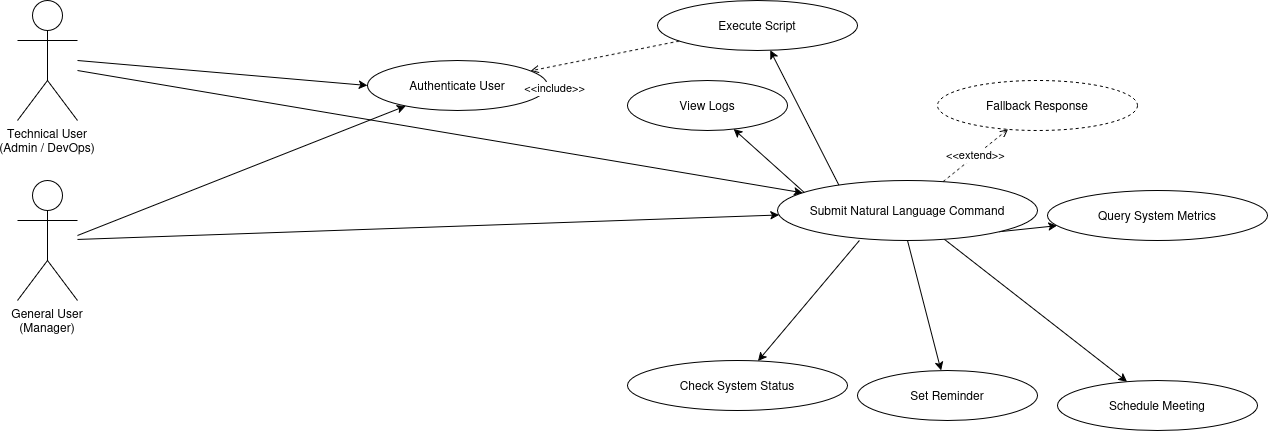
The draw.io diagram 2_UML/uml_diagram.png in iampruh887/CS331, before a commit. Source tidied: cells renumbered, new cells last; positions are measured from the earlier drawing's top-left corner, leaving out a move shared by most shapes.
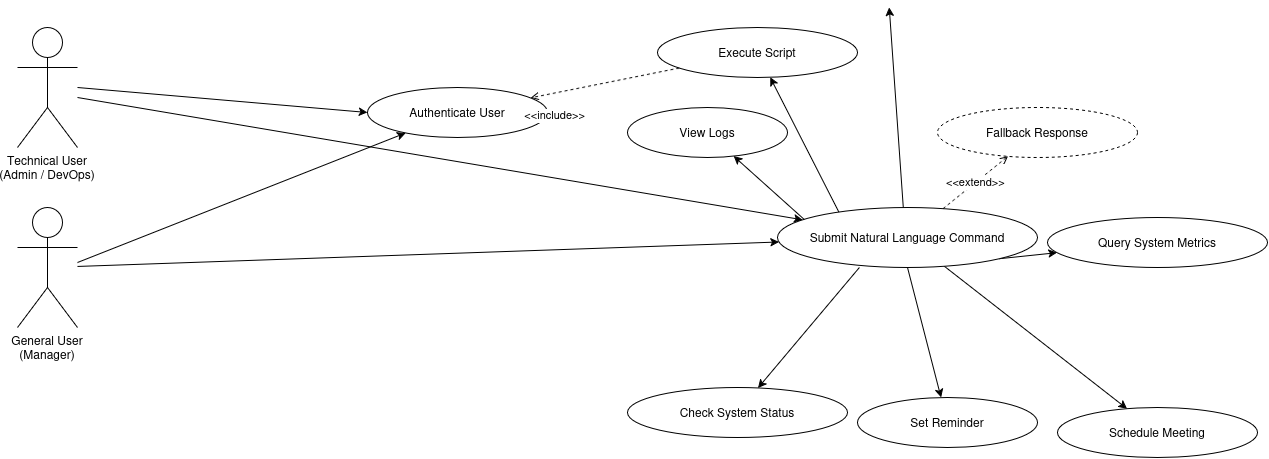
After the commit.

What changed in the source:
```diff
@@ -32,6 +32,11 @@
     <mxCell id="9" style="exitX=1;exitY=1;exitDx=0;exitDy=0;" parent="1" edge="1" source="15" target="18">
       <mxGeometry relative="1" as="geometry" />
     </mxCell>
+    <mxCell id="25" style="exitX=0.5;exitY=1;exitDx=0;exitDy=0;" parent="1" edge="1" source="15">
+      <mxGeometry relative="1" as="geometry">
+        <mxPoint x="871.8" y="-20" as="targetPoint" />
+      </mxGeometry>
+    </mxCell>
     <mxCell id="10" style="exitX=0.296;exitY=0.95;exitDx=0;exitDy=0;exitPerimeter=0;" parent="1" edge="1" source="15" target="19">
       <mxGeometry relative="1" as="geometry" />
     </mxCell>
```
